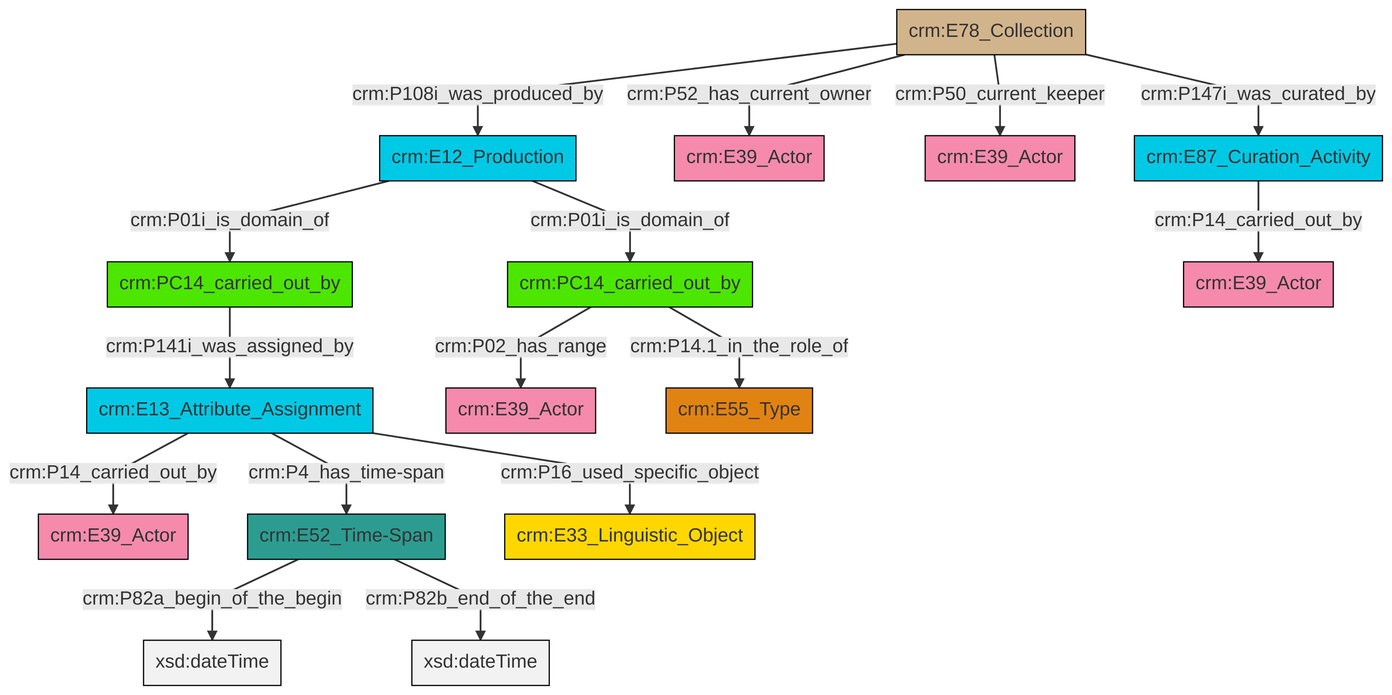
Earlier version of the Mermaid export et/archivalCSV/ttl/mmd/png/archival_relation.png (swiss-art-research-net/docs.swissartresearch). Its source is kept beside it as et/archivalCSV/ttl/mmd/archival_relation.ttl.mmd.
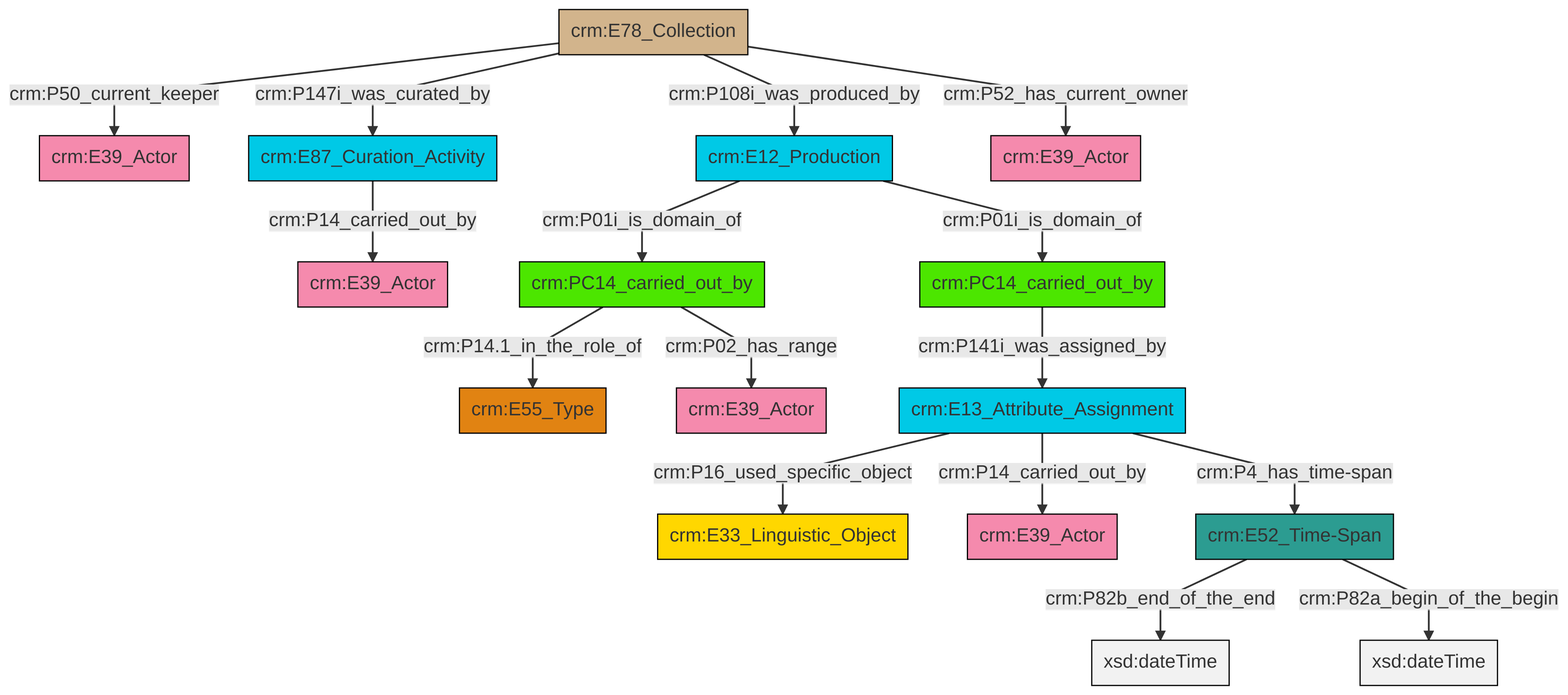
Above is the later version.

Change to the diagram source:
```diff
@@ -13,18 +13,18 @@
 classDef PC_Classes fill:#4ce600, stroke:#000000;
 classDef Multi fill:#cccccc,stroke:#000000;
 
-6["crm:E13_Attribute_Assignment"]:::Temporal_Entity -->|crm:P4_has_time-span| 7["crm:E52_Time-Span"]:::Time-Span
-10["crm:E78_Collection"]:::Physical_Thing -->|crm:P50_current_keeper| 11["crm:E39_Actor"]:::Actor
-12["crm:E12_Production"]:::Temporal_Entity -->|crm:P01i_is_domain_of| 2["crm:PC14_carried_out_by"]:::PC_Classes
-6["crm:E13_Attribute_Assignment"]:::Temporal_Entity -->|crm:P16_used_specific_object| 14["crm:E33_Linguistic_Object"]:::Conceptual_Object
-10["crm:E78_Collection"]:::Physical_Thing -->|crm:P52_has_current_owner| 8["crm:E39_Actor"]:::Actor
-12["crm:E12_Production"]:::Temporal_Entity -->|crm:P01i_is_domain_of| 16["crm:PC14_carried_out_by"]:::PC_Classes
-0["crm:E87_Curation_Activity"]:::Temporal_Entity -->|crm:P14_carried_out_by| 18["crm:E39_Actor"]:::Actor
-10["crm:E78_Collection"]:::Physical_Thing -->|crm:P147i_was_curated_by| 0["crm:E87_Curation_Activity"]:::Temporal_Entity
-6["crm:E13_Attribute_Assignment"]:::Temporal_Entity -->|crm:P14_carried_out_by| 4["crm:E39_Actor"]:::Actor
-2["crm:PC14_carried_out_by"]:::PC_Classes -->|crm:P02_has_range| 19["crm:E39_Actor"]:::Actor
-16["crm:PC14_carried_out_by"]:::PC_Classes -->|crm:P141i_was_assigned_by| 6["crm:E13_Attribute_Assignment"]:::Temporal_Entity
-7["crm:E52_Time-Span"]:::Time-Span -->|crm:P82a_begin_of_the_begin| 24[xsd:dateTime]:::Literal
-2["crm:PC14_carried_out_by"]:::PC_Classes -->|crm:P14.1_in_the_role_of| 22["crm:E55_Type"]:::Type
-10["crm:E78_Collection"]:::Physical_Thing -->|crm:P108i_was_produced_by| 12["crm:E12_Production"]:::Temporal_Entity
-7["crm:E52_Time-Span"]:::Time-Span -->|crm:P82b_end_of_the_end| 28[xsd:dateTime]:::Literal
+2["crm:PC14_carried_out_by"]:::PC_Classes -->|crm:P14.1_in_the_role_of| 3["crm:E55_Type"]:::Type
+4["crm:PC14_carried_out_by"]:::PC_Classes -->|crm:P141i_was_assigned_by| 5["crm:E13_Attribute_Assignment"]:::Temporal_Entity
+8["crm:E52_Time-Span"]:::Time-Span -->|crm:P82b_end_of_the_end| 9[xsd:dateTime]:::Literal
+10["crm:E12_Production"]:::Temporal_Entity -->|crm:P01i_is_domain_of| 2["crm:PC14_carried_out_by"]:::PC_Classes
+11["crm:E78_Collection"]:::Physical_Thing -->|crm:P50_current_keeper| 0["crm:E39_Actor"]:::Actor
+10["crm:E12_Production"]:::Temporal_Entity -->|crm:P01i_is_domain_of| 4["crm:PC14_carried_out_by"]:::PC_Classes
+5["crm:E13_Attribute_Assignment"]:::Temporal_Entity -->|crm:P16_used_specific_object| 13["crm:E33_Linguistic_Object"]:::Conceptual_Object
+5["crm:E13_Attribute_Assignment"]:::Temporal_Entity -->|crm:P14_carried_out_by| 15["crm:E39_Actor"]:::Actor
+2["crm:PC14_carried_out_by"]:::PC_Classes -->|crm:P02_has_range| 17["crm:E39_Actor"]:::Actor
+11["crm:E78_Collection"]:::Physical_Thing -->|crm:P147i_was_curated_by| 6["crm:E87_Curation_Activity"]:::Temporal_Entity
+8["crm:E52_Time-Span"]:::Time-Span -->|crm:P82a_begin_of_the_begin| 21[xsd:dateTime]:::Literal
+11["crm:E78_Collection"]:::Physical_Thing -->|crm:P108i_was_produced_by| 10["crm:E12_Production"]:::Temporal_Entity
+11["crm:E78_Collection"]:::Physical_Thing -->|crm:P52_has_current_owner| 22["crm:E39_Actor"]:::Actor
+6["crm:E87_Curation_Activity"]:::Temporal_Entity -->|crm:P14_carried_out_by| 23["crm:E39_Actor"]:::Actor
+5["crm:E13_Attribute_Assignment"]:::Temporal_Entity -->|crm:P4_has_time-span| 8["crm:E52_Time-Span"]:::Time-Span
```
